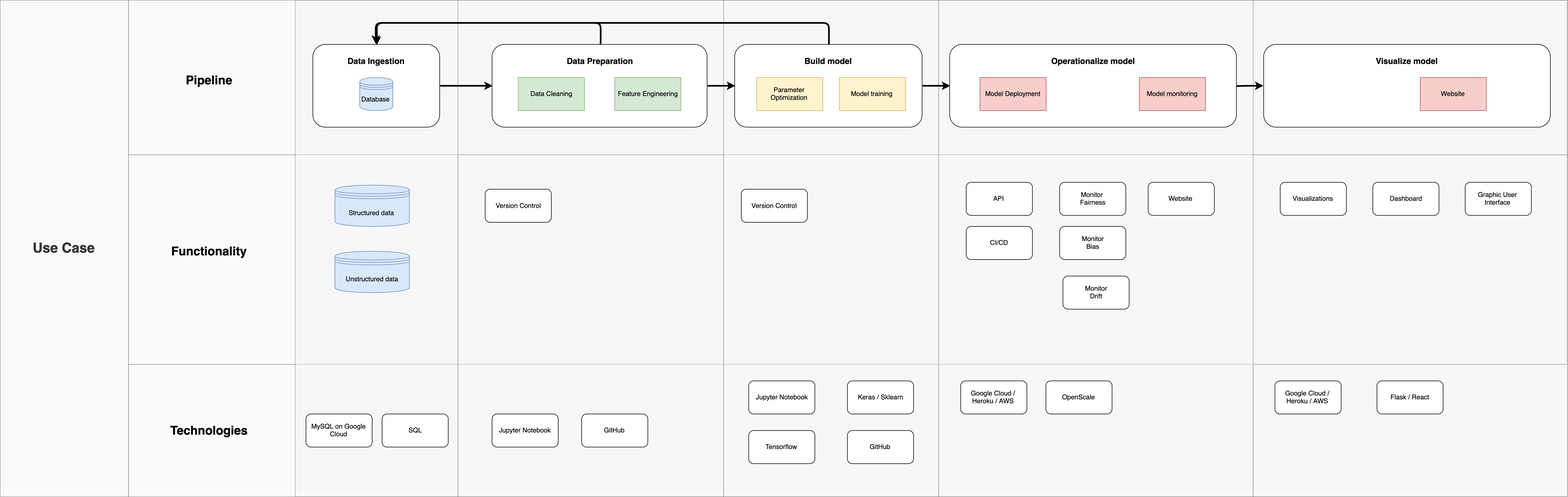
Before: Diagrams/ml_pipeline_diagram_v09.png, a diagram exported from draw.io (bmaelum/ml_pipeline). Source tidied: cells renumbered, new cells last; positions are measured from the earlier drawing's top-left corner, leaving out a move shared by most shapes.
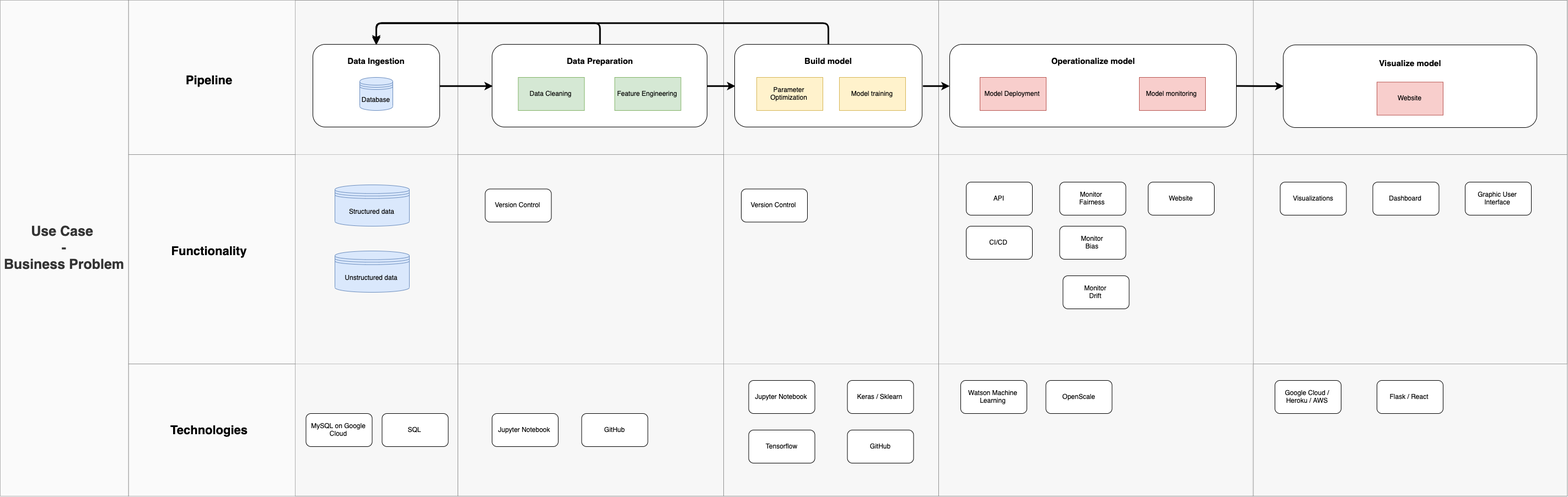
After the commit.

Commit message:
v9 of pipeline figure

The edit, as a diff of the source:
```diff
@@ -46,15 +46,15 @@
     <mxCell id="14" style="edgeStyle=orthogonalEdgeStyle;rounded=0;jettySize=auto;html=1;exitX=1;exitY=0.5;exitDx=0;exitDy=0;entryX=0;entryY=0.5;entryDx=0;entryDy=0;strokeWidth=3;" parent="1" edge="1" source="16" target="10">
       <mxGeometry relative="1" as="geometry" />
     </mxCell>
-    <mxCell id="15" style="edgeStyle=orthogonalEdgeStyle;jettySize=auto;html=1;exitX=0.5;exitY=0;exitDx=0;exitDy=0;strokeColor=#000000;strokeWidth=3;" parent="1" edge="1" source="16">
-      <mxGeometry relative="1" as="geometry">
-        <mxPoint x="682" y="80" as="targetPoint" />
-        <Array as="points">
-          <mxPoint x="1503" y="41" />
-          <mxPoint x="683" y="41" />
-        </Array>
-      </mxGeometry>
-    </mxCell>
+    <mxCell id="63" style="edgeStyle=orthogonalEdgeStyle;jettySize=auto;html=1;exitX=0.5;exitY=0;exitDx=0;exitDy=0;strokeColor=#000000;strokeWidth=3;" parent="1" edge="1" source="16">
+      <mxGeometry relative="1" as="geometry">
+        <mxPoint x="682" y="78.6" as="targetPoint" />
+        <Array as="points">
+          <mxPoint x="1503" y="41" />
+          <mxPoint x="683" y="41" />
+        </Array>
+      </mxGeometry>
+    </mxCell>
     <mxCell id="16" style="rounded=1;whiteSpace=wrap;html=1;" parent="1" vertex="1">
       <mxGeometry x="1332" y="80" width="340" height="150" as="geometry" />
     </mxCell>
@@ -133,9 +133,9 @@
     <mxCell id="41" value="Tensorflow" style="rounded=1;whiteSpace=wrap;html=1;" parent="1" vertex="1">
       <mxGeometry x="1357.5" y="780" width="120" height="60" as="geometry" />
     </mxCell>
-    <mxCell id="42" value="Google Cloud / Heroku / AWS" style="rounded=1;whiteSpace=wrap;html=1;" parent="1" vertex="1">
-      <mxGeometry x="1742" y="690" width="120" height="60" as="geometry" />
-    </mxCell>
+    <mxCell id="64" value="Watson Machine Learning" style="rounded=1;whiteSpace=wrap;html=1;" parent="1" vertex="1">
+      <mxGeometry x="1742" y="690" width="120" height="60" as="geometry" />
+    </mxCell>
     <mxCell id="43" value="OpenScale" style="rounded=1;whiteSpace=wrap;html=1;" parent="1" vertex="1">
       <mxGeometry x="1896.5" y="690" width="120" height="60" as="geometry" />
     </mxCell>
@@ -169,22 +169,22 @@
     <mxCell id="53" value="Version Control" style="rounded=1;whiteSpace=wrap;html=1;" parent="1" vertex="1">
       <mxGeometry x="1344" y="342.5" width="120" height="60" as="geometry" />
     </mxCell>
-    <mxCell id="54" style="rounded=1;whiteSpace=wrap;html=1;" parent="1" vertex="1">
-      <mxGeometry x="2291.5" y="80" width="520" height="150" as="geometry" />
-    </mxCell>
-    <mxCell id="55" style="edgeStyle=orthogonalEdgeStyle;rounded=0;jettySize=auto;html=1;exitX=1;exitY=0.5;exitDx=0;exitDy=0;entryX=0;entryY=0.5;entryDx=0;entryDy=0;strokeWidth=3;" parent="1" edge="1" target="54">
-      <mxGeometry relative="1" as="geometry">
-        <mxPoint x="2242" y="155.5" as="sourcePoint" />
-      </mxGeometry>
-    </mxCell>
+    <mxCell id="65" style="rounded=1;whiteSpace=wrap;html=1;" parent="1" vertex="1">
+      <mxGeometry x="2327" y="81" width="460" height="150" as="geometry" />
+    </mxCell>
+    <mxCell id="66" style="edgeStyle=orthogonalEdgeStyle;rounded=0;jettySize=auto;html=1;exitX=1;exitY=0.5;exitDx=0;exitDy=0;entryX=0;entryY=0.5;entryDx=0;entryDy=0;strokeWidth=3;" parent="1" edge="1" target="65">
+      <mxGeometry relative="1" as="geometry">
+        <mxPoint x="2242" y="155.5" as="sourcePoint" />
+      </mxGeometry>
+    </mxCell>
     <mxCell id="56" value="Visualize model" style="text;html=1;strokeColor=none;fillColor=none;align=center;verticalAlign=middle;whiteSpace=wrap;rounded=0;fontSize=15;fontStyle=1;" parent="1" vertex="1">
-      <mxGeometry x="2466.5" y="100" width="169" height="20" as="geometry" />
+      <mxGeometry x="2472.5" y="103.5" width="169" height="20" as="geometry" />
     </mxCell>
     <mxCell id="57" value="Visualizations" style="rounded=1;whiteSpace=wrap;html=1;" parent="1" vertex="1">
       <mxGeometry x="2321.5" y="330" width="120" height="60" as="geometry" />
     </mxCell>
     <mxCell id="58" value="Website" style="rounded=0;whiteSpace=wrap;html=1;fillColor=#f8cecc;strokeColor=#b85450;" parent="1" vertex="1">
-      <mxGeometry x="2575.5" y="140" width="120" height="60" as="geometry" />
+      <mxGeometry x="2497" y="148.5" width="120" height="60" as="geometry" />
     </mxCell>
     <mxCell id="59" value="Google Cloud / Heroku / AWS" style="rounded=1;whiteSpace=wrap;html=1;" parent="1" vertex="1">
       <mxGeometry x="2312" y="690" width="120" height="60" as="geometry" />
@@ -195,8 +195,8 @@
     <mxCell id="61" value="Dashboard" style="rounded=1;whiteSpace=wrap;html=1;" parent="1" vertex="1">
       <mxGeometry x="2489.5" y="330" width="120" height="60" as="geometry" />
     </mxCell>
-    <mxCell id="62" value="&lt;font size=&quot;1&quot;&gt;&lt;b style=&quot;font-size: 25px&quot;&gt;Use Case&lt;/b&gt;&lt;/font&gt;" style="rounded=0;whiteSpace=wrap;html=1;fillColor=#f5f5f5;strokeColor=#666666;fontColor=#333333;opacity=50;" parent="1" vertex="1">
-      <mxGeometry width="233" height="900" as="geometry" />
-    </mxCell>
+    <mxCell id="67" value="&lt;font size=&quot;1&quot;&gt;&lt;b style=&quot;font-size: 25px&quot;&gt;Use Case&amp;nbsp;&lt;br&gt;-&lt;br&gt;Business Problem&lt;br&gt;&lt;/b&gt;&lt;/font&gt;" style="rounded=0;whiteSpace=wrap;html=1;fillColor=#f5f5f5;strokeColor=#666666;fontColor=#333333;opacity=50;" parent="1" vertex="1">
+      <mxGeometry width="233" height="900" as="geometry" />
+    </mxCell>
   </root>
 </mxGraphModel>
```
